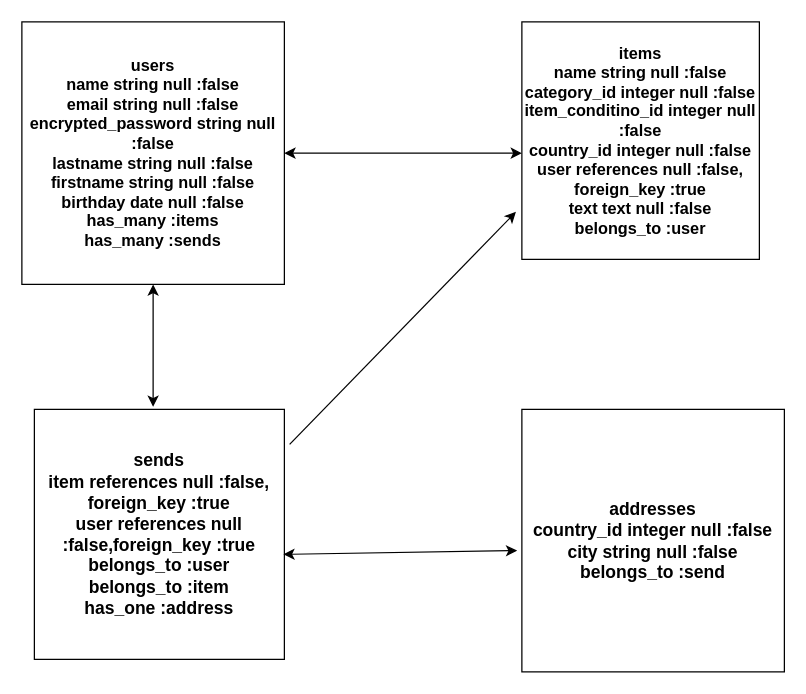
The draw.io diagram ER .dio in harukihiroyuki/mando-34246, before the edit. Source tidied: cells renumbered, new cells numbered last; positions are measured from the earlier drawing's top-left corner, leaving out a move shared by most shapes. Both pictures are drawn from the tidied source at 125%, with x=0, y=0 at pixel (21, 21).
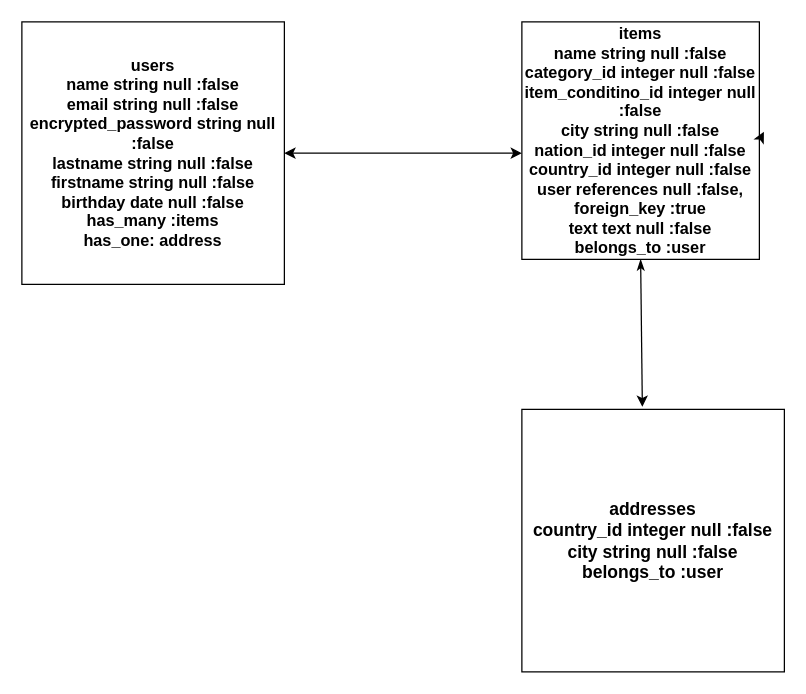
After the change.

Change to the diagram source:
```diff
@@
 <mxGraphModel>
   <root>
     <mxCell id="0" />
     <mxCell id="1" parent="0" />
-    <mxCell id="2" value="sends&lt;br style=&quot;font-size: 14px;&quot;&gt;item references null :false, foreign_key :true&lt;br style=&quot;font-size: 14px;&quot;&gt;user references null :false,foreign_key :true&lt;br style=&quot;font-size: 14px;&quot;&gt;belongs_to :user&lt;br style=&quot;font-size: 14px;&quot;&gt;belongs_to :item&lt;br style=&quot;font-size: 14px;&quot;&gt;has_one :address" style="whiteSpace=wrap;html=1;fontStyle=1;fontSize=14;" parent="1" vertex="1">
-      <mxGeometry x="10" y="310" width="200" height="200" as="geometry" />
-    </mxCell>
+    <mxCell id="10" style="edgeStyle=none;rounded=0;jettySize=auto;html=1;exitX=0.5;exitY=1;exitDx=0;exitDy=0;entryX=0.459;entryY=-0.01;entryDx=0;entryDy=0;entryPerimeter=0;startArrow=classicThin;startFill=1;" parent="1" edge="1" source="3" target="5">
+      <mxGeometry relative="1" as="geometry" />
+    </mxCell>
-    <mxCell id="3" value="items&lt;br style=&quot;font-size: 13px;&quot;&gt;name string null :false&lt;br style=&quot;font-size: 13px;&quot;&gt;category_id integer null :false&lt;br style=&quot;font-size: 13px;&quot;&gt;item_conditino_id integer null :false&lt;br style=&quot;font-size: 13px;&quot;&gt;country_id integer null :false&lt;br style=&quot;font-size: 13px;&quot;&gt;user references null :false, foreign_key :true&lt;br style=&quot;font-size: 13px;&quot;&gt;text text null :false&lt;br style=&quot;font-size: 13px;&quot;&gt;belongs_to :user" style="whiteSpace=wrap;html=1;fontStyle=1;fontSize=13;" parent="1" vertex="1">
+    <mxCell id="3" value="items&lt;br style=&quot;font-size: 13px&quot;&gt;name string null :false&lt;br style=&quot;font-size: 13px&quot;&gt;category_id integer null :false&lt;br style=&quot;font-size: 13px&quot;&gt;item_conditino_id integer null :false&lt;br&gt;city string null :false&lt;br&gt;nation_id integer null :false&lt;br style=&quot;font-size: 13px&quot;&gt;country_id integer null :false&lt;br style=&quot;font-size: 13px&quot;&gt;user references null :false, foreign_key :true&lt;br style=&quot;font-size: 13px&quot;&gt;text text null :false&lt;br style=&quot;font-size: 13px&quot;&gt;belongs_to :user" style="whiteSpace=wrap;html=1;fontStyle=1;fontSize=13;" parent="1" vertex="1">
       <mxGeometry x="400" width="190" height="190" as="geometry" />
     </mxCell>
-    <mxCell id="4" value="users&lt;br style=&quot;font-size: 13px;&quot;&gt;name string null :false&lt;br style=&quot;font-size: 13px;&quot;&gt;email string null :false&lt;br style=&quot;font-size: 13px;&quot;&gt;encrypted_password string null :false&lt;br style=&quot;font-size: 13px;&quot;&gt;lastname string null :false&lt;br style=&quot;font-size: 13px;&quot;&gt;firstname string null :false&lt;br style=&quot;font-size: 13px;&quot;&gt;birthday date null :false&lt;br style=&quot;font-size: 13px;&quot;&gt;has_many :items&lt;br style=&quot;font-size: 13px;&quot;&gt;has_many :sends" style="whiteSpace=wrap;html=1;fontStyle=1;fontSize=13;" parent="1" vertex="1">
+    <mxCell id="4" value="users&lt;br style=&quot;font-size: 13px&quot;&gt;name string null :false&lt;br style=&quot;font-size: 13px&quot;&gt;email string null :false&lt;br style=&quot;font-size: 13px&quot;&gt;encrypted_password string null :false&lt;br style=&quot;font-size: 13px&quot;&gt;lastname string null :false&lt;br style=&quot;font-size: 13px&quot;&gt;firstname string null :false&lt;br style=&quot;font-size: 13px&quot;&gt;birthday date null :false&lt;br style=&quot;font-size: 13px&quot;&gt;has_many :items&lt;br style=&quot;font-size: 13px&quot;&gt;has_one: address" style="whiteSpace=wrap;html=1;fontStyle=1;fontSize=13;" parent="1" vertex="1">
       <mxGeometry width="210" height="210" as="geometry" />
     </mxCell>
-    <mxCell id="5" value="addresses&lt;br style=&quot;font-size: 14px;&quot;&gt;country_id integer null :false&lt;br style=&quot;font-size: 14px;&quot;&gt;city string null :false&lt;br style=&quot;font-size: 14px;&quot;&gt;belongs_to :send" style="whiteSpace=wrap;html=1;fontStyle=1;fontSize=14;" parent="1" vertex="1">
+    <mxCell id="5" value="addresses&lt;br style=&quot;font-size: 14px&quot;&gt;country_id integer null :false&lt;br style=&quot;font-size: 14px&quot;&gt;city string null :false&lt;br style=&quot;font-size: 14px&quot;&gt;belongs_to :user" style="whiteSpace=wrap;html=1;fontStyle=1;fontSize=14;" parent="1" vertex="1">
       <mxGeometry x="400" y="310" width="210" height="210" as="geometry" />
     </mxCell>
     <mxCell id="6" style="endArrow=classic;startArrow=classic;html=1;fontSize=14;exitX=1;exitY=0.5;exitDx=0;exitDy=0;" parent="1" edge="1" source="4">
       <mxGeometry relative="1" as="geometry">
         <mxPoint x="400" y="105" as="targetPoint" />
       </mxGeometry>
     </mxCell>
-    <mxCell id="7" style="endArrow=classic;startArrow=classic;html=1;fontSize=14;entryX=0.5;entryY=1;entryDx=0;entryDy=0;" parent="1" edge="1" target="4">
-      <mxGeometry relative="1" as="geometry">
-        <mxPoint x="105" y="308" as="sourcePoint" />
-      </mxGeometry>
-    </mxCell>
-    <mxCell id="8" style="endArrow=classic;startArrow=classic;html=1;fontSize=14;entryX=-0.018;entryY=0.538;entryDx=0;entryDy=0;entryPerimeter=0;exitX=0.996;exitY=0.58;exitDx=0;exitDy=0;exitPerimeter=0;" parent="1" edge="1" source="2" target="5">
-      <mxGeometry relative="1" as="geometry" />
-    </mxCell>
-    <mxCell id="9" style="endArrow=classic;html=1;fontSize=14;exitX=1.021;exitY=0.14;exitDx=0;exitDy=0;exitPerimeter=0;entryX=-0.025;entryY=0.8;entryDx=0;entryDy=0;entryPerimeter=0;" parent="1" edge="1" source="2" target="3">
+    <mxCell id="9" style="edgeStyle=none;rounded=0;orthogonalLoop=1;jettySize=auto;html=1;exitX=1;exitY=0.5;exitDx=0;exitDy=0;entryX=1.019;entryY=0.463;entryDx=0;entryDy=0;entryPerimeter=0;" parent="1" edge="1" source="3" target="3">
       <mxGeometry relative="1" as="geometry" />
     </mxCell>
   </root>
 </mxGraphModel>
```
